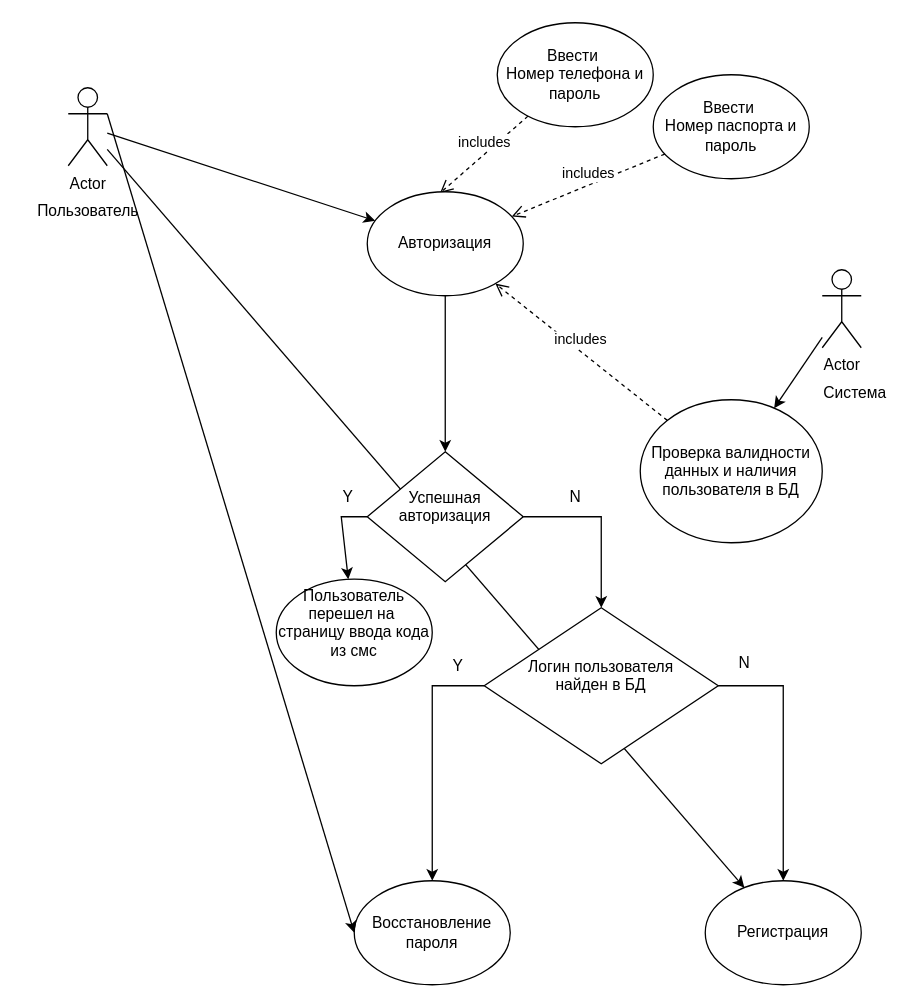
Above: Диаграмма без названия.drawio in lanouri/AQARogozhina (draw.io), before the change. Source tidied: cells renumbered, new cells numbered last; positions are measured from the earlier drawing's top-left corner, leaving out a move shared by most shapes. Both pictures are drawn from the tidied source at 130%, with x=0, y=0 at pixel (22, 22).
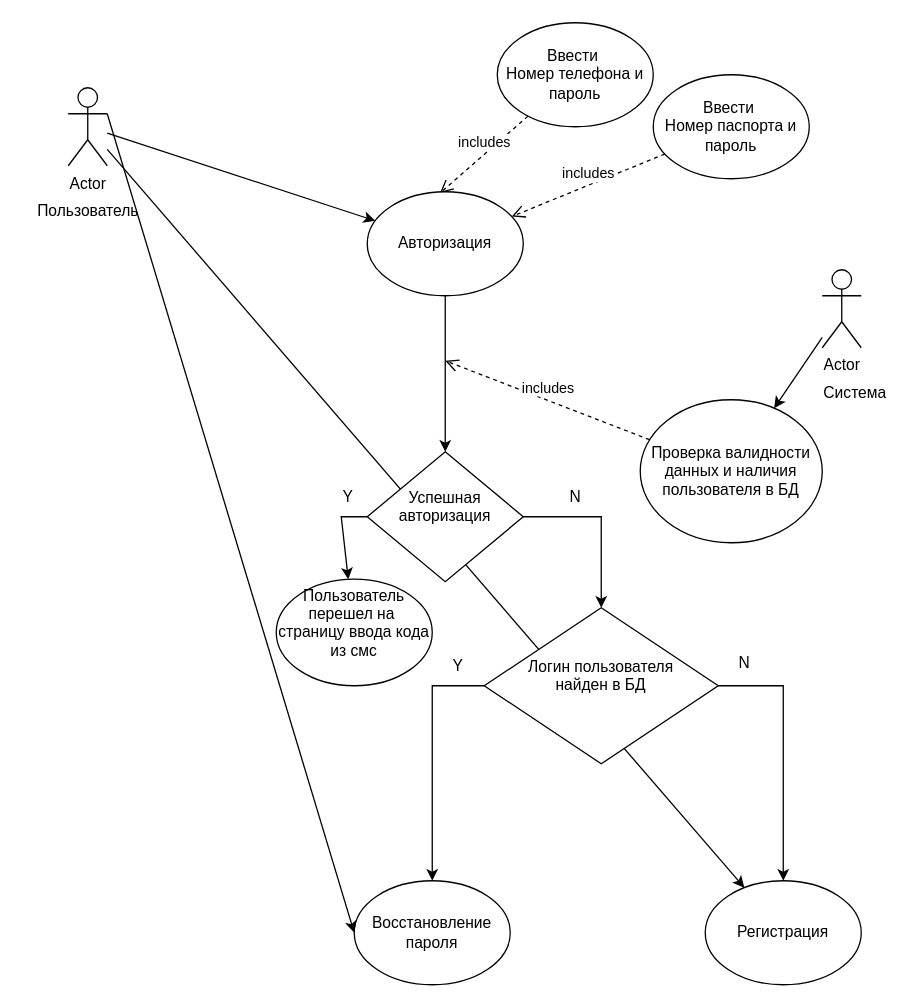
The same page after the edit.

Unchanged cells that the change refers to:
```xml
<mxCell id="14" value="Авторизация" style="ellipse;whiteSpace=wrap;html=1;" parent="1" vertex="1">
  <mxGeometry x="265" y="130" width="120" height="80" as="geometry" />
</mxCell>
<mxCell id="16" value="Проверка валидности данных и наличия пользователя в БД" style="ellipse;whiteSpace=wrap;html=1;" parent="1" vertex="1">
  <mxGeometry x="475" y="290" width="140" height="110" as="geometry" />
</mxCell>
```

Diff of the diagram source:
```diff
@@
-    <mxCell id="18" value="includes" style="html=1;verticalAlign=bottom;endArrow=open;dashed=1;endSize=8;curved=0;rounded=0;" parent="1" edge="1" source="16" target="14">
-      <mxGeometry relative="1" as="geometry" />
+    <mxCell id="18" value="includes" style="html=1;verticalAlign=bottom;endArrow=open;dashed=1;endSize=8;curved=0;rounded=0;" parent="1" edge="1" source="16">
+      <mxGeometry relative="1" as="geometry">
+        <mxPoint x="325" y="260" as="targetPoint" />
+      </mxGeometry>
     </mxCell>
```
